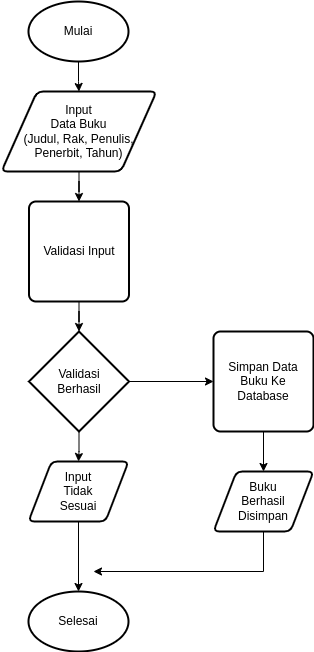
This is flowchart/flowchart-tambah-buku.png from ibrahimalanshor/pendataan-buku-py, a draw.io export, as it was before one commit. Source tidied: cells renumbered, new cells last; positions are measured from the earlier drawing's top-left corner, leaving out a move shared by most shapes. The source it was exported from:
```xml
<mxGraphModel>
  <root>
    <mxCell id="0" />
    <mxCell id="1" parent="0" />
    <mxCell id="2" style="edgeStyle=orthogonalEdgeStyle;rounded=0;jettySize=auto;html=1;" parent="1" edge="1" source="3" target="5">
      <mxGeometry relative="1" as="geometry" />
    </mxCell>
    <mxCell id="3" value="Mulai" style="strokeWidth=2;html=1;shape=mxgraph.flowchart.start_1;whiteSpace=wrap;" parent="1" vertex="1">
      <mxGeometry x="27" width="100" height="60" as="geometry" />
    </mxCell>
    <mxCell id="4" style="edgeStyle=orthogonalEdgeStyle;rounded=0;jettySize=auto;html=1;" parent="1" edge="1" source="5" target="15">
      <mxGeometry relative="1" as="geometry" />
    </mxCell>
    <mxCell id="5" value="Input&lt;br&gt;Data Buku&lt;br&gt;(Judul, Rak, Penulis, Penerbit, Tahun)" style="shape=parallelogram;html=1;strokeWidth=2;perimeter=parallelogramPerimeter;whiteSpace=wrap;rounded=1;arcSize=12;size=0.23;" parent="1" vertex="1">
      <mxGeometry y="90" width="155" height="80" as="geometry" />
    </mxCell>
    <mxCell id="6" style="edgeStyle=orthogonalEdgeStyle;rounded=0;jettySize=auto;html=1;" parent="1" edge="1" source="7" target="9">
      <mxGeometry relative="1" as="geometry" />
    </mxCell>
    <mxCell id="7" value="Simpan Data Buku Ke Database" style="rounded=1;whiteSpace=wrap;html=1;absoluteArcSize=1;arcSize=14;strokeWidth=2;" parent="1" vertex="1">
      <mxGeometry x="212" y="330" width="100" height="100" as="geometry" />
    </mxCell>
    <mxCell id="8" style="edgeStyle=orthogonalEdgeStyle;rounded=0;jettySize=auto;html=1;" parent="1" edge="1" source="9">
      <mxGeometry relative="1" as="geometry">
        <mxPoint x="92" y="570" as="targetPoint" />
        <Array as="points">
          <mxPoint x="262" y="570" />
        </Array>
      </mxGeometry>
    </mxCell>
    <mxCell id="9" value="Buku&lt;br&gt;Berhasil&lt;br&gt;Disimpan" style="shape=parallelogram;html=1;strokeWidth=2;perimeter=parallelogramPerimeter;whiteSpace=wrap;rounded=1;arcSize=12;size=0.23;" parent="1" vertex="1">
      <mxGeometry x="212" y="470" width="100" height="60" as="geometry" />
    </mxCell>
    <mxCell id="10" value="Selesai" style="strokeWidth=2;html=1;shape=mxgraph.flowchart.start_1;whiteSpace=wrap;" parent="1" vertex="1">
      <mxGeometry x="27" y="590" width="100" height="60" as="geometry" />
    </mxCell>
    <mxCell id="11" style="edgeStyle=orthogonalEdgeStyle;rounded=0;jettySize=auto;html=1;" parent="1" edge="1" source="13" target="7">
      <mxGeometry relative="1" as="geometry" />
    </mxCell>
    <mxCell id="12" style="edgeStyle=orthogonalEdgeStyle;rounded=0;jettySize=auto;html=1;" parent="1" edge="1" source="13" target="17">
      <mxGeometry relative="1" as="geometry" />
    </mxCell>
    <mxCell id="13" value="Validasi&lt;br&gt;Berhasil" style="strokeWidth=2;html=1;shape=mxgraph.flowchart.decision;whiteSpace=wrap;" parent="1" vertex="1">
      <mxGeometry x="27.5" y="330" width="100" height="100" as="geometry" />
    </mxCell>
    <mxCell id="14" style="edgeStyle=orthogonalEdgeStyle;rounded=0;jettySize=auto;html=1;" parent="1" edge="1" source="15" target="13">
      <mxGeometry relative="1" as="geometry" />
    </mxCell>
    <mxCell id="15" value="Validasi Input" style="rounded=1;whiteSpace=wrap;html=1;absoluteArcSize=1;arcSize=14;strokeWidth=2;" parent="1" vertex="1">
      <mxGeometry x="27.5" y="200" width="100" height="100" as="geometry" />
    </mxCell>
    <mxCell id="16" style="edgeStyle=orthogonalEdgeStyle;rounded=0;jettySize=auto;html=1;" parent="1" edge="1" source="17" target="10">
      <mxGeometry relative="1" as="geometry" />
    </mxCell>
    <mxCell id="17" value="Input&lt;br&gt;Tidak&lt;br&gt;Sesuai" style="shape=parallelogram;html=1;strokeWidth=2;perimeter=parallelogramPerimeter;whiteSpace=wrap;rounded=1;arcSize=12;size=0.23;" parent="1" vertex="1">
      <mxGeometry x="27" y="460" width="100" height="60" as="geometry" />
    </mxCell>
  </root>
</mxGraphModel>
```
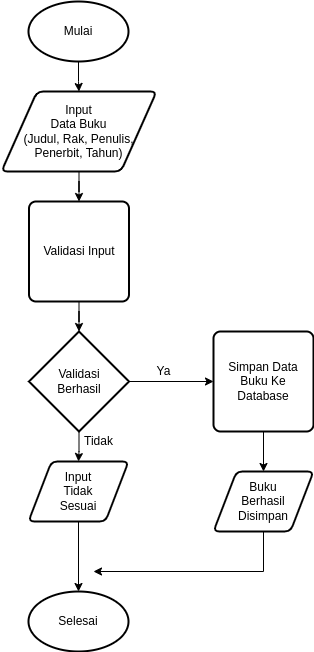
The same diagram one commit later.

Commit message:
Fix Condition Flowchart

Change to the diagram source:
```diff
@@ -55,5 +55,11 @@
     <mxCell id="17" value="Input&lt;br&gt;Tidak&lt;br&gt;Sesuai" style="shape=parallelogram;html=1;strokeWidth=2;perimeter=parallelogramPerimeter;whiteSpace=wrap;rounded=1;arcSize=12;size=0.23;" parent="1" vertex="1">
       <mxGeometry x="27" y="460" width="100" height="60" as="geometry" />
     </mxCell>
+    <mxCell id="18" value="Ya" style="text;html=1;align=center;verticalAlign=middle;strokeColor=none;fillColor=none;" parent="1" vertex="1">
+      <mxGeometry x="147" y="360" width="30" height="20" as="geometry" />
+    </mxCell>
+    <mxCell id="19" value="Tidak" style="text;html=1;align=center;verticalAlign=middle;strokeColor=none;fillColor=none;" parent="1" vertex="1">
+      <mxGeometry x="77" y="430" width="40" height="20" as="geometry" />
+    </mxCell>
   </root>
 </mxGraphModel>
```
